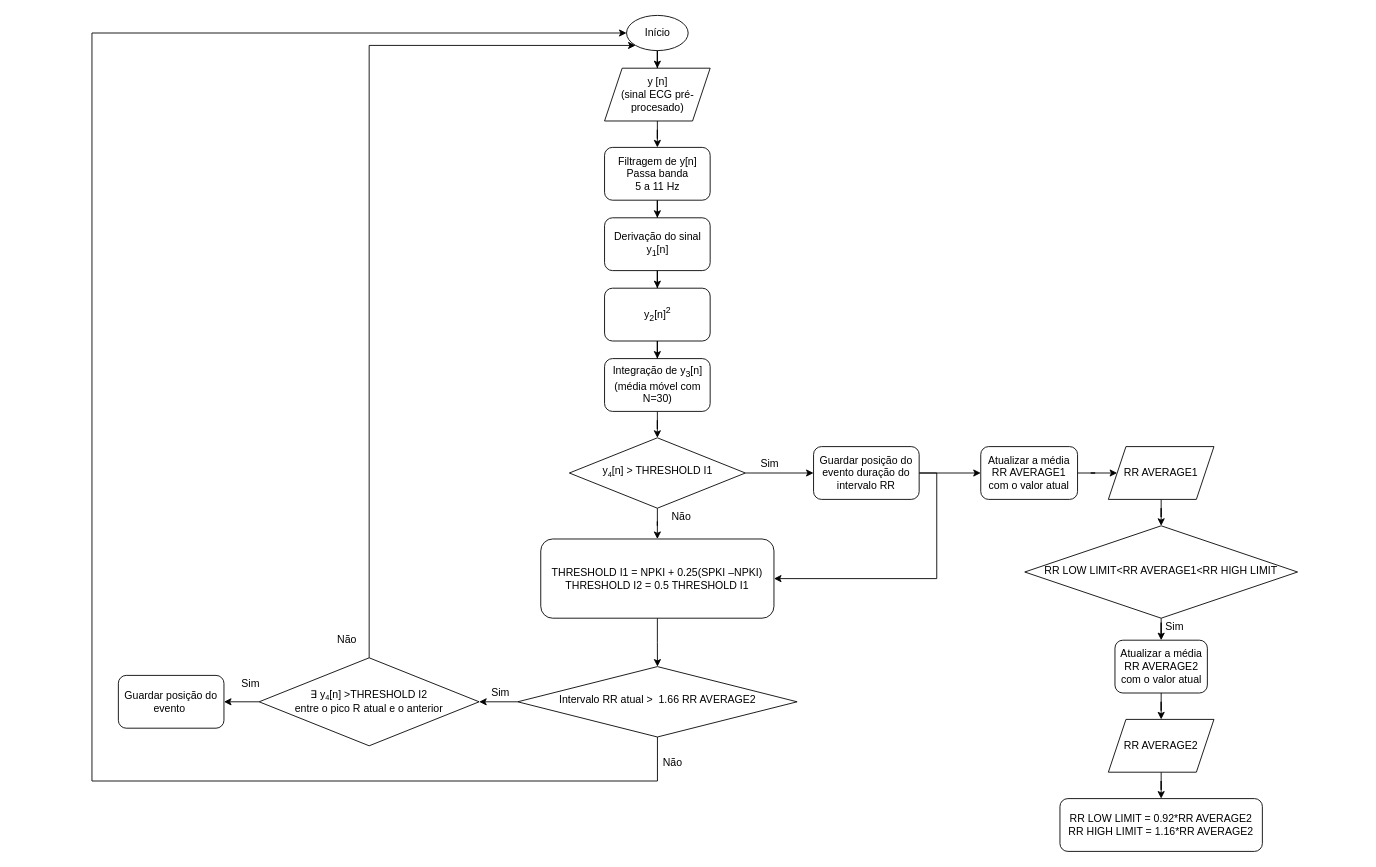
The draw.io diagram diagramaPT.drawio in gustavo3oliveira/deteccao-eventos-ecg, before the edit. Source tidied: cells renumbered, new cells numbered last; positions are measured from the earlier drawing's top-left corner, leaving out a move shared by most shapes. Both pictures are drawn from the tidied source at 88%, with x=0, y=0 at pixel (92, 15).
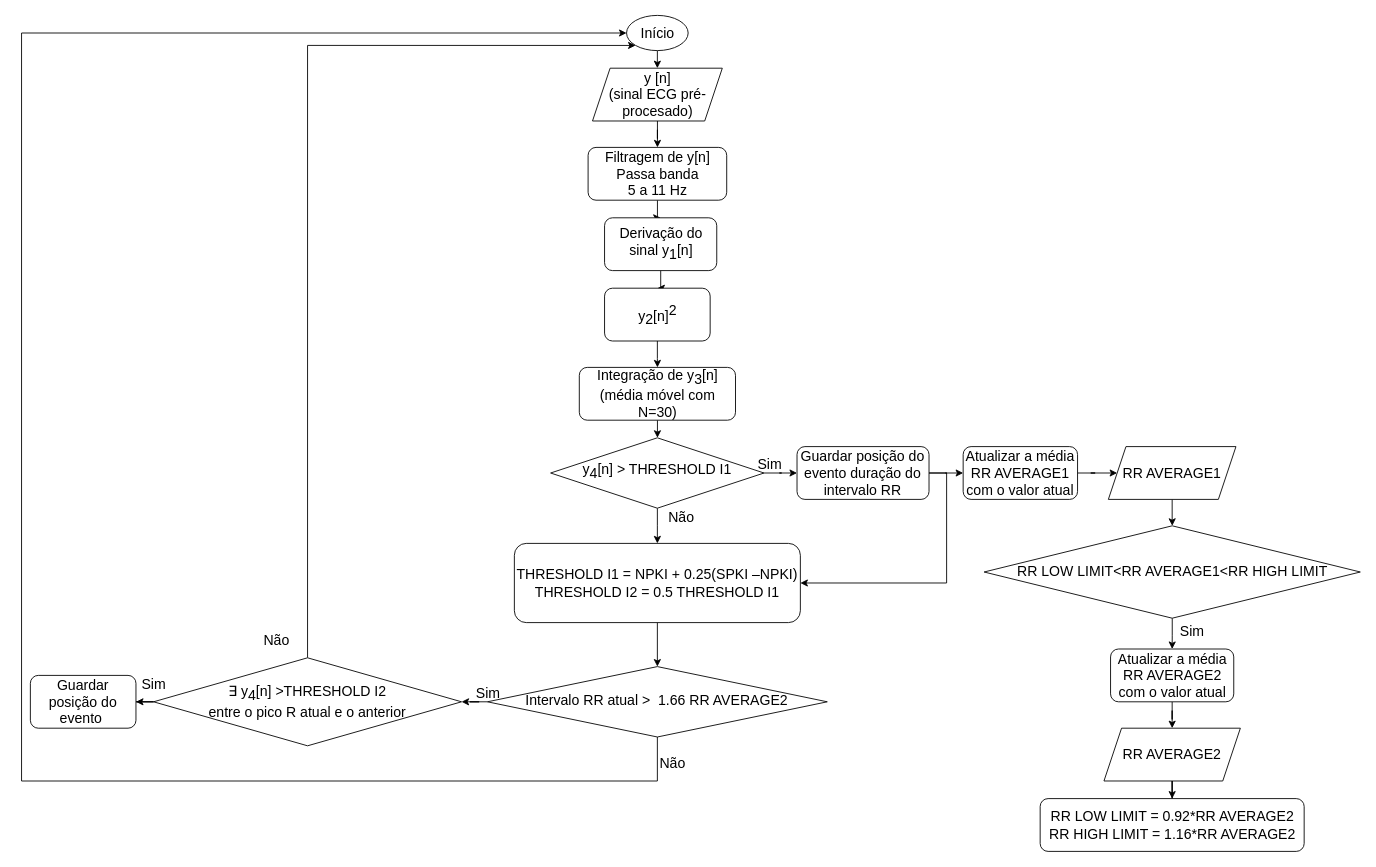
The same diagram, later.

Commit message (it also covers changes not shown here):
revisão do diagrama

The edit, as a diff of the source:
```diff
@@
-    <mxCell id="2" style="edgeStyle=orthogonalEdgeStyle;rounded=0;jettySize=auto;html=1;" parent="1" edge="1" source="4" target="11">
+    <mxCell id="2" style="edgeStyle=orthogonalEdgeStyle;rounded=0;jettySize=auto;html=1;fontSize=16;" parent="1" edge="1" source="4" target="11">
       <mxGeometry relative="1" as="geometry" />
     </mxCell>
-    <mxCell id="3" style="edgeStyle=orthogonalEdgeStyle;rounded=0;jettySize=auto;html=1;" parent="1" edge="1" source="4" target="8">
+    <mxCell id="3" style="edgeStyle=orthogonalEdgeStyle;rounded=0;jettySize=auto;html=1;fontSize=16;" parent="1" edge="1" source="4" target="8">
       <mxGeometry relative="1" as="geometry" />
     </mxCell>
-    <mxCell id="4" value="y&lt;span style=&quot;font-size: 10px&quot;&gt;&lt;sub&gt;4&lt;/sub&gt;&lt;/span&gt;[n]&amp;nbsp;&amp;gt; THRESHOLD I1" style="rhombus;whiteSpace=wrap;html=1;shadow=0;fontFamily=Helvetica;fontSize=12;align=center;strokeWidth=1;spacing=6;spacingTop=-4;" parent="1" vertex="1">
-      <mxGeometry x="542.5" y="480" width="200" height="80" as="geometry" />
+    <mxCell id="4" value="y&lt;span style=&quot;font-size: 16px;&quot;&gt;&lt;sub style=&quot;font-size: 16px;&quot;&gt;4&lt;/sub&gt;&lt;/span&gt;[n]&amp;nbsp;&amp;gt; THRESHOLD I1" style="rhombus;whiteSpace=wrap;html=1;shadow=0;fontFamily=Helvetica;fontSize=16;align=center;strokeWidth=1;spacing=6;spacingTop=-4;" parent="1" vertex="1">
+      <mxGeometry x="521.2" y="480" width="242.5" height="80" as="geometry" />
     </mxCell>
-    <mxCell id="5" style="edgeStyle=orthogonalEdgeStyle;rounded=0;jettySize=auto;html=1;" parent="1" edge="1" source="6" target="15">
+    <mxCell id="5" style="edgeStyle=orthogonalEdgeStyle;rounded=0;jettySize=auto;html=1;fontSize=16;" parent="1" edge="1" source="6" target="15">
       <mxGeometry relative="1" as="geometry" />
     </mxCell>
-    <mxCell id="6" value="Início" style="ellipse;whiteSpace=wrap;html=1;" parent="1" vertex="1">
+    <mxCell id="6" value="Início" style="ellipse;whiteSpace=wrap;html=1;fontSize=16;" parent="1" vertex="1">
       <mxGeometry x="607.5" width="70" height="40" as="geometry" />
     </mxCell>
-    <mxCell id="7" style="edgeStyle=orthogonalEdgeStyle;rounded=0;jettySize=auto;html=1;" parent="1" edge="1" source="8" target="37">
+    <mxCell id="7" style="edgeStyle=orthogonalEdgeStyle;rounded=0;jettySize=auto;html=1;fontSize=16;" parent="1" edge="1" source="8" target="37">
       <mxGeometry relative="1" as="geometry" />
     </mxCell>
-    <mxCell id="8" value="&lt;div&gt;THRESHOLD I1 = NPKI + 0.25(SPKI –NPKI)&lt;/div&gt;&lt;div&gt;THRESHOLD I2 = 0.5 THRESHOLD I1&lt;/div&gt;" style="rounded=1;whiteSpace=wrap;html=1;fontSize=12;glass=0;strokeWidth=1;shadow=0;" parent="1" vertex="1">
-      <mxGeometry x="510" y="595" width="265" height="90" as="geometry" />
+    <mxCell id="8" value="&lt;div style=&quot;font-size: 16px;&quot;&gt;THRESHOLD I1 = NPKI + 0.25(SPKI –NPKI)&lt;/div&gt;&lt;div style=&quot;font-size: 16px;&quot;&gt;THRESHOLD I2 = 0.5 THRESHOLD I1&lt;/div&gt;" style="rounded=1;whiteSpace=wrap;html=1;fontSize=16;glass=0;strokeWidth=1;shadow=0;" parent="1" vertex="1">
+      <mxGeometry x="480" y="600" width="325" height="90" as="geometry" />
     </mxCell>
+    <mxCell id="10" style="edgeStyle=orthogonalEdgeStyle;rounded=0;jettySize=auto;html=1;entryX=1;entryY=0.5;entryDx=0;entryDy=0;fontSize=16;" parent="1" edge="1" source="11" target="25">
+      <mxGeometry relative="1" as="geometry" />
+    </mxCell>
-    <mxCell id="9" style="edgeStyle=orthogonalEdgeStyle;rounded=0;jettySize=auto;html=1;entryX=1;entryY=0.5;entryDx=0;entryDy=0;" parent="1" edge="1" source="11" target="8">
-      <mxGeometry relative="1" as="geometry">
-        <Array as="points">
-          <mxPoint x="960" y="520" />
-          <mxPoint x="960" y="640" />
-        </Array>
-      </mxGeometry>
+    <mxCell id="9" style="edgeStyle=orthogonalEdgeStyle;rounded=0;jettySize=auto;html=1;exitX=1;exitY=0.5;exitDx=0;exitDy=0;entryX=1;entryY=0.5;entryDx=0;entryDy=0;fontSize=16;" parent="1" edge="1" source="11" target="8">
+      <mxGeometry relative="1" as="geometry" />
     </mxCell>
-    <mxCell id="10" style="edgeStyle=orthogonalEdgeStyle;rounded=0;jettySize=auto;html=1;entryX=1;entryY=0.5;entryDx=0;entryDy=0;" parent="1" edge="1" source="11" target="25">
-      <mxGeometry relative="1" as="geometry" />
-    </mxCell>
-    <mxCell id="11" value="Guardar posição do evento duração do intervalo RR" style="rounded=1;whiteSpace=wrap;html=1;" parent="1" vertex="1">
-      <mxGeometry x="820" y="490" width="120" height="60" as="geometry" />
+    <mxCell id="11" value="Guardar posição do evento duração do intervalo RR" style="rounded=1;whiteSpace=wrap;html=1;fontSize=16;" parent="1" vertex="1">
+      <mxGeometry x="801.2" y="490" width="150" height="60" as="geometry" />
     </mxCell>
-    <mxCell id="12" value="Sim" style="text;html=1;align=center;verticalAlign=middle;" parent="1" vertex="1">
+    <mxCell id="12" value="Sim" style="text;html=1;align=center;verticalAlign=middle;fontSize=16;" parent="1" vertex="1">
       <mxGeometry x="750" y="500" width="40" height="20" as="geometry" />
     </mxCell>
-    <mxCell id="13" value="Não" style="text;html=1;strokeColor=none;fillColor=none;align=center;verticalAlign=middle;whiteSpace=wrap;rounded=0;" parent="1" vertex="1">
+    <mxCell id="13" value="Não" style="text;html=1;strokeColor=none;fillColor=none;align=center;verticalAlign=middle;whiteSpace=wrap;rounded=0;fontSize=16;" parent="1" vertex="1">
       <mxGeometry x="650" y="560" width="40" height="20" as="geometry" />
     </mxCell>
-    <mxCell id="14" style="edgeStyle=orthogonalEdgeStyle;rounded=0;jettySize=auto;html=1;" parent="1" edge="1" source="15" target="17">
+    <mxCell id="14" style="edgeStyle=orthogonalEdgeStyle;rounded=0;jettySize=auto;html=1;fontSize=16;" parent="1" edge="1" source="15" target="17">
       <mxGeometry relative="1" as="geometry" />
     </mxCell>
-    <mxCell id="15" value="y [n]&lt;br&gt;(sinal ECG pré-procesado)" style="shape=parallelogram;perimeter=parallelogramPerimeter;whiteSpace=wrap;html=1;fixedSize=1;" parent="1" vertex="1">
-      <mxGeometry x="582.5" y="60" width="120" height="60" as="geometry" />
+    <mxCell id="15" value="y [n]&lt;br style=&quot;font-size: 16px;&quot;&gt;(sinal ECG pré-procesado)" style="shape=parallelogram;perimeter=parallelogramPerimeter;whiteSpace=wrap;html=1;fixedSize=1;fontSize=16;" parent="1" vertex="1">
+      <mxGeometry x="568.8" y="60" width="147.5" height="60" as="geometry" />
     </mxCell>
-    <mxCell id="16" style="edgeStyle=orthogonalEdgeStyle;rounded=0;jettySize=auto;html=1;" parent="1" edge="1" source="17" target="19">
+    <mxCell id="16" style="edgeStyle=orthogonalEdgeStyle;rounded=0;jettySize=auto;html=1;fontSize=16;" parent="1" edge="1" source="17" target="19">
       <mxGeometry relative="1" as="geometry" />
     </mxCell>
-    <mxCell id="17" value="Filtragem de y[n]&lt;br&gt;Passa banda&lt;br&gt;5 a 11 Hz" style="rounded=1;whiteSpace=wrap;html=1;" parent="1" vertex="1">
-      <mxGeometry x="582.5" y="150" width="120" height="60" as="geometry" />
+    <mxCell id="17" value="Filtragem de y[n]&lt;br style=&quot;font-size: 16px;&quot;&gt;Passa banda&lt;br style=&quot;font-size: 16px;&quot;&gt;5 a 11 Hz" style="rounded=1;whiteSpace=wrap;html=1;fontSize=16;" parent="1" vertex="1">
+      <mxGeometry x="563.8" y="150" width="157.5" height="60" as="geometry" />
     </mxCell>
-    <mxCell id="18" style="edgeStyle=orthogonalEdgeStyle;rounded=0;jettySize=auto;html=1;" parent="1" edge="1" source="19" target="21">
+    <mxCell id="18" style="edgeStyle=orthogonalEdgeStyle;rounded=0;jettySize=auto;html=1;fontSize=16;" parent="1" edge="1" source="19" target="21">
       <mxGeometry relative="1" as="geometry" />
     </mxCell>
-    <mxCell id="19" value="Derivação do sinal y&lt;sub&gt;1&lt;/sub&gt;[n]" style="rounded=1;whiteSpace=wrap;html=1;" parent="1" vertex="1">
-      <mxGeometry x="582.5" y="230" width="120" height="60" as="geometry" />
+    <mxCell id="19" value="Derivação do sinal y&lt;sub style=&quot;font-size: 16px;&quot;&gt;1&lt;/sub&gt;[n]" style="rounded=1;whiteSpace=wrap;html=1;fontSize=16;" parent="1" vertex="1">
+      <mxGeometry x="582.5" y="230" width="127.5" height="60" as="geometry" />
     </mxCell>
-    <mxCell id="20" style="edgeStyle=orthogonalEdgeStyle;rounded=0;jettySize=auto;html=1;" parent="1" edge="1" source="21" target="23">
+    <mxCell id="20" style="edgeStyle=orthogonalEdgeStyle;rounded=0;jettySize=auto;html=1;fontSize=16;" parent="1" edge="1" source="21" target="23">
       <mxGeometry relative="1" as="geometry" />
     </mxCell>
-    <mxCell id="21" value="y&lt;sub&gt;2&lt;/sub&gt;[n]&lt;sup&gt;2&lt;/sup&gt;" style="rounded=1;whiteSpace=wrap;html=1;" parent="1" vertex="1">
+    <mxCell id="21" value="y&lt;sub style=&quot;font-size: 16px;&quot;&gt;2&lt;/sub&gt;[n]&lt;sup style=&quot;font-size: 16px;&quot;&gt;2&lt;/sup&gt;" style="rounded=1;whiteSpace=wrap;html=1;fontSize=16;" parent="1" vertex="1">
       <mxGeometry x="582.5" y="310" width="120" height="60" as="geometry" />
     </mxCell>
-    <mxCell id="22" style="edgeStyle=orthogonalEdgeStyle;rounded=0;jettySize=auto;html=1;" parent="1" edge="1" source="23" target="4">
+    <mxCell id="22" style="edgeStyle=orthogonalEdgeStyle;rounded=0;jettySize=auto;html=1;fontSize=16;" parent="1" edge="1" source="23" target="4">
       <mxGeometry relative="1" as="geometry" />
     </mxCell>
-    <mxCell id="23" value="Integração de y&lt;sub&gt;3&lt;/sub&gt;[n]&lt;br&gt;(média móvel com N=30)" style="rounded=1;whiteSpace=wrap;html=1;" parent="1" vertex="1">
-      <mxGeometry x="582.5" y="390" width="120" height="60" as="geometry" />
+    <mxCell id="23" value="Integração de y&lt;sub style=&quot;font-size: 16px;&quot;&gt;3&lt;/sub&gt;[n]&lt;br style=&quot;font-size: 16px;&quot;&gt;(média móvel com N=30)" style="rounded=1;whiteSpace=wrap;html=1;fontSize=16;" parent="1" vertex="1">
+      <mxGeometry x="553.8" y="400" width="177.5" height="60" as="geometry" />
     </mxCell>
-    <mxCell id="24" style="edgeStyle=orthogonalEdgeStyle;rounded=0;jettySize=auto;html=1;" parent="1" edge="1" source="25" target="27">
+    <mxCell id="24" style="edgeStyle=orthogonalEdgeStyle;rounded=0;jettySize=auto;html=1;fontSize=16;" parent="1" edge="1" source="25" target="27">
       <mxGeometry relative="1" as="geometry" />
     </mxCell>
-    <mxCell id="25" value="Atualizar a média RR AVERAGE1 com o valor atual" style="rounded=1;whiteSpace=wrap;html=1;direction=west;" parent="1" vertex="1">
-      <mxGeometry x="1010" y="490" width="110" height="60" as="geometry" />
+    <mxCell id="25" value="Atualizar a média RR AVERAGE1 com o valor atual" style="rounded=1;whiteSpace=wrap;html=1;direction=west;fontSize=16;" parent="1" vertex="1">
+      <mxGeometry x="990" y="490" width="130" height="60" as="geometry" />
     </mxCell>
-    <mxCell id="26" style="edgeStyle=orthogonalEdgeStyle;rounded=0;jettySize=auto;html=1;" parent="1" edge="1" source="27" target="29">
+    <mxCell id="26" style="edgeStyle=orthogonalEdgeStyle;rounded=0;jettySize=auto;html=1;fontSize=16;" parent="1" edge="1" source="27" target="29">
       <mxGeometry relative="1" as="geometry" />
     </mxCell>
-    <mxCell id="27" value="RR AVERAGE1" style="shape=parallelogram;perimeter=parallelogramPerimeter;whiteSpace=wrap;html=1;fixedSize=1;direction=west;" parent="1" vertex="1">
-      <mxGeometry x="1155" y="490" width="120" height="60" as="geometry" />
+    <mxCell id="27" value="RR AVERAGE1" style="shape=parallelogram;perimeter=parallelogramPerimeter;whiteSpace=wrap;html=1;fixedSize=1;direction=west;fontSize=16;" parent="1" vertex="1">
+      <mxGeometry x="1155" y="490" width="145" height="60" as="geometry" />
     </mxCell>
-    <mxCell id="28" style="edgeStyle=orthogonalEdgeStyle;rounded=0;jettySize=auto;html=1;" parent="1" edge="1" source="29" target="31">
+    <mxCell id="28" style="edgeStyle=orthogonalEdgeStyle;rounded=0;jettySize=auto;html=1;fontSize=16;" parent="1" edge="1" source="29" target="31">
       <mxGeometry relative="1" as="geometry" />
     </mxCell>
-    <mxCell id="29" value="RR LOW LIMIT&amp;lt;RR AVERAGE1&amp;lt;RR HIGH LIMIT " style="rhombus;whiteSpace=wrap;html=1;shadow=0;fontFamily=Helvetica;fontSize=12;align=center;strokeWidth=1;spacing=6;spacingTop=-4;direction=west;" parent="1" vertex="1">
-      <mxGeometry x="1060" y="580" width="310" height="105" as="geometry" />
+    <mxCell id="29" value="RR LOW LIMIT&amp;lt;RR AVERAGE1&amp;lt;RR HIGH LIMIT " style="rhombus;whiteSpace=wrap;html=1;shadow=0;fontFamily=Helvetica;fontSize=16;align=center;strokeWidth=1;spacing=6;spacingTop=-4;direction=west;" parent="1" vertex="1">
+      <mxGeometry x="1013.8" y="580" width="427.5" height="105" as="geometry" />
     </mxCell>
-    <mxCell id="30" style="edgeStyle=orthogonalEdgeStyle;rounded=0;jettySize=auto;html=1;" parent="1" edge="1" source="31" target="34">
+    <mxCell id="30" style="edgeStyle=orthogonalEdgeStyle;rounded=0;jettySize=auto;html=1;fontSize=16;" parent="1" edge="1" source="31" target="34">
       <mxGeometry relative="1" as="geometry" />
     </mxCell>
-    <mxCell id="31" value="Atualizar a média RR AVERAGE2 com o valor atual" style="rounded=1;whiteSpace=wrap;html=1;direction=west;" parent="1" vertex="1">
-      <mxGeometry x="1162.5" y="710" width="105" height="60" as="geometry" />
+    <mxCell id="31" value="Atualizar a média RR AVERAGE2 com o valor atual" style="rounded=1;whiteSpace=wrap;html=1;direction=west;fontSize=16;" parent="1" vertex="1">
+      <mxGeometry x="1157.5" y="720" width="140" height="60" as="geometry" />
     </mxCell>
-    <mxCell id="32" value="Sim" style="text;html=1;align=center;verticalAlign=middle;direction=west;" parent="1" vertex="1">
-      <mxGeometry x="1210" y="685" width="40" height="20" as="geometry" />
+    <mxCell id="32" value="Sim" style="text;html=1;align=center;verticalAlign=middle;direction=west;fontSize=16;" parent="1" vertex="1">
+      <mxGeometry x="1230" y="690" width="40" height="20" as="geometry" />
     </mxCell>
-    <mxCell id="33" style="edgeStyle=orthogonalEdgeStyle;rounded=0;jettySize=auto;html=1;" parent="1" edge="1" source="34" target="45">
+    <mxCell id="33" style="edgeStyle=orthogonalEdgeStyle;rounded=0;jettySize=auto;html=1;fontSize=16;" parent="1" edge="1" source="34" target="45">
       <mxGeometry relative="1" as="geometry" />
     </mxCell>
-    <mxCell id="34" value="&lt;span&gt;RR AVERAGE2&lt;/span&gt;" style="shape=parallelogram;perimeter=parallelogramPerimeter;whiteSpace=wrap;html=1;fixedSize=1;direction=west;" parent="1" vertex="1">
-      <mxGeometry x="1155" y="800" width="120" height="60" as="geometry" />
+    <mxCell id="34" value="&lt;span style=&quot;font-size: 16px;&quot;&gt;RR AVERAGE2&lt;/span&gt;" style="shape=parallelogram;perimeter=parallelogramPerimeter;whiteSpace=wrap;html=1;fixedSize=1;direction=west;fontSize=16;" parent="1" vertex="1">
+      <mxGeometry x="1150" y="810" width="155" height="60" as="geometry" />
     </mxCell>
-    <mxCell id="35" style="edgeStyle=orthogonalEdgeStyle;rounded=0;jettySize=auto;html=1;entryX=0;entryY=0.5;entryDx=0;entryDy=0;" parent="1" edge="1" source="37" target="6">
+    <mxCell id="35" style="edgeStyle=orthogonalEdgeStyle;rounded=0;jettySize=auto;html=1;entryX=0;entryY=0.5;entryDx=0;entryDy=0;fontSize=16;" parent="1" edge="1" source="37" target="6">
       <mxGeometry relative="1" as="geometry">
         <Array as="points">
           <mxPoint x="643" y="870" />
-          <mxPoint y="870" />
-          <mxPoint y="20" />
+          <mxPoint x="-80" y="870" />
+          <mxPoint x="-80" y="20" />
         </Array>
       </mxGeometry>
     </mxCell>
-    <mxCell id="36" style="edgeStyle=orthogonalEdgeStyle;rounded=0;jettySize=auto;html=1;" parent="1" edge="1" source="37" target="40">
+    <mxCell id="36" style="edgeStyle=orthogonalEdgeStyle;rounded=0;jettySize=auto;html=1;fontSize=16;" parent="1" edge="1" source="37" target="40">
       <mxGeometry relative="1" as="geometry" />
     </mxCell>
-    <mxCell id="37" value="Intervalo RR atual &amp;gt;&amp;nbsp; 1.66 RR AVERAGE2" style="rhombus;whiteSpace=wrap;html=1;shadow=0;fontFamily=Helvetica;fontSize=12;align=center;strokeWidth=1;spacing=6;spacingTop=-4;" parent="1" vertex="1">
-      <mxGeometry x="483.8" y="740" width="317.5" height="80" as="geometry" />
+    <mxCell id="37" value="Intervalo RR atual &amp;gt;&amp;nbsp; 1.66 RR AVERAGE2" style="rhombus;whiteSpace=wrap;html=1;shadow=0;fontFamily=Helvetica;fontSize=16;align=center;strokeWidth=1;spacing=6;spacingTop=-4;" parent="1" vertex="1">
+      <mxGeometry x="449.4" y="740" width="386.2" height="80" as="geometry" />
     </mxCell>
-    <mxCell id="38" style="edgeStyle=orthogonalEdgeStyle;rounded=0;jettySize=auto;html=1;entryX=0;entryY=1;entryDx=0;entryDy=0;" parent="1" edge="1" source="40" target="6">
+    <mxCell id="38" style="edgeStyle=orthogonalEdgeStyle;rounded=0;jettySize=auto;html=1;entryX=0;entryY=1;entryDx=0;entryDy=0;fontSize=16;" parent="1" edge="1" source="40" target="6">
       <mxGeometry relative="1" as="geometry">
         <Array as="points">
-          <mxPoint x="315" y="34" />
+          <mxPoint x="245" y="34" />
         </Array>
       </mxGeometry>
     </mxCell>
-    <mxCell id="39" style="edgeStyle=orthogonalEdgeStyle;rounded=0;jettySize=auto;html=1;" parent="1" edge="1" source="40" target="41">
+    <mxCell id="39" style="edgeStyle=orthogonalEdgeStyle;rounded=0;jettySize=auto;html=1;fontSize=16;" parent="1" edge="1" source="40" target="41">
       <mxGeometry relative="1" as="geometry" />
     </mxCell>
-    <mxCell id="40" value="∃ y&lt;span style=&quot;font-size: 10px&quot;&gt;&lt;sub&gt;4&lt;/sub&gt;&lt;/span&gt;[n] &amp;gt;THRESHOLD I2&lt;br&gt;entre o pico R atual e o anterior" style="rhombus;whiteSpace=wrap;html=1;" parent="1" vertex="1">
-      <mxGeometry x="190" y="730" width="250" height="100" as="geometry" />
+    <mxCell id="40" value="∃ y&lt;span style=&quot;font-size: 16px;&quot;&gt;&lt;sub style=&quot;font-size: 16px;&quot;&gt;4&lt;/sub&gt;&lt;/span&gt;[n] &amp;gt;THRESHOLD I2&lt;br style=&quot;font-size: 16px;&quot;&gt;entre o pico R atual e o anterior" style="rhombus;whiteSpace=wrap;html=1;fontSize=16;" parent="1" vertex="1">
+      <mxGeometry x="70" y="730" width="350" height="100" as="geometry" />
     </mxCell>
-    <mxCell id="41" value="Guardar posição do evento&amp;nbsp;" style="rounded=1;whiteSpace=wrap;html=1;" parent="1" vertex="1">
-      <mxGeometry x="30" y="750" width="120" height="60" as="geometry" />
+    <mxCell id="41" value="Guardar posição do evento&amp;nbsp;" style="rounded=1;whiteSpace=wrap;html=1;fontSize=16;" parent="1" vertex="1">
+      <mxGeometry x="-70" y="750" width="120" height="60" as="geometry" />
     </mxCell>
-    <mxCell id="42" value="Não" style="text;html=1;strokeColor=none;fillColor=none;align=center;verticalAlign=middle;whiteSpace=wrap;rounded=0;" parent="1" vertex="1">
+    <mxCell id="42" value="Não" style="text;html=1;strokeColor=none;fillColor=none;align=center;verticalAlign=middle;whiteSpace=wrap;rounded=0;fontSize=16;" parent="1" vertex="1">
       <mxGeometry x="640" y="840" width="40" height="20" as="geometry" />
     </mxCell>
-    <mxCell id="43" value="Não" style="text;html=1;strokeColor=none;fillColor=none;align=center;verticalAlign=middle;whiteSpace=wrap;rounded=0;" parent="1" vertex="1">
-      <mxGeometry x="270" y="700" width="40" height="20" as="geometry" />
+    <mxCell id="43" value="Não" style="text;html=1;strokeColor=none;fillColor=none;align=center;verticalAlign=middle;whiteSpace=wrap;rounded=0;fontSize=16;" parent="1" vertex="1">
+      <mxGeometry x="190" y="700" width="40" height="20" as="geometry" />
     </mxCell>
-    <mxCell id="44" value="Sim" style="text;html=1;align=center;verticalAlign=middle;" parent="1" vertex="1">
-      <mxGeometry x="160" y="750" width="40" height="20" as="geometry" />
+    <mxCell id="44" value="Sim" style="text;html=1;align=center;verticalAlign=middle;fontSize=16;" parent="1" vertex="1">
+      <mxGeometry x="50" y="750" width="40" height="20" as="geometry" />
     </mxCell>
-    <mxCell id="45" value="&lt;div&gt;RR LOW LIMIT = 0.92*RR AVERAGE2&lt;br&gt;&lt;span&gt;RR HIGH LIMIT = 1.16*RR AVERAGE2&lt;/span&gt;&lt;/div&gt;" style="rounded=1;whiteSpace=wrap;html=1;" parent="1" vertex="1">
-      <mxGeometry x="1100" y="890" width="230" height="60" as="geometry" />
+    <mxCell id="45" value="&lt;div style=&quot;font-size: 16px;&quot;&gt;RR LOW LIMIT = 0.92*RR AVERAGE2&lt;br style=&quot;font-size: 16px;&quot;&gt;&lt;span style=&quot;font-size: 16px;&quot;&gt;RR HIGH LIMIT = 1.16*RR AVERAGE2&lt;/span&gt;&lt;/div&gt;" style="rounded=1;whiteSpace=wrap;html=1;fontSize=16;" parent="1" vertex="1">
+      <mxGeometry x="1077.5" y="890" width="300" height="60" as="geometry" />
     </mxCell>
-    <mxCell id="46" value="Sim" style="text;html=1;align=center;verticalAlign=middle;" parent="1" vertex="1">
-      <mxGeometry x="443.8" y="760" width="40" height="20" as="geometry" />
+    <mxCell id="46" value="Sim" style="text;html=1;align=center;verticalAlign=middle;fontSize=16;" parent="1" vertex="1">
+      <mxGeometry x="430" y="760" width="40" height="20" as="geometry" />
     </mxCell>
```
